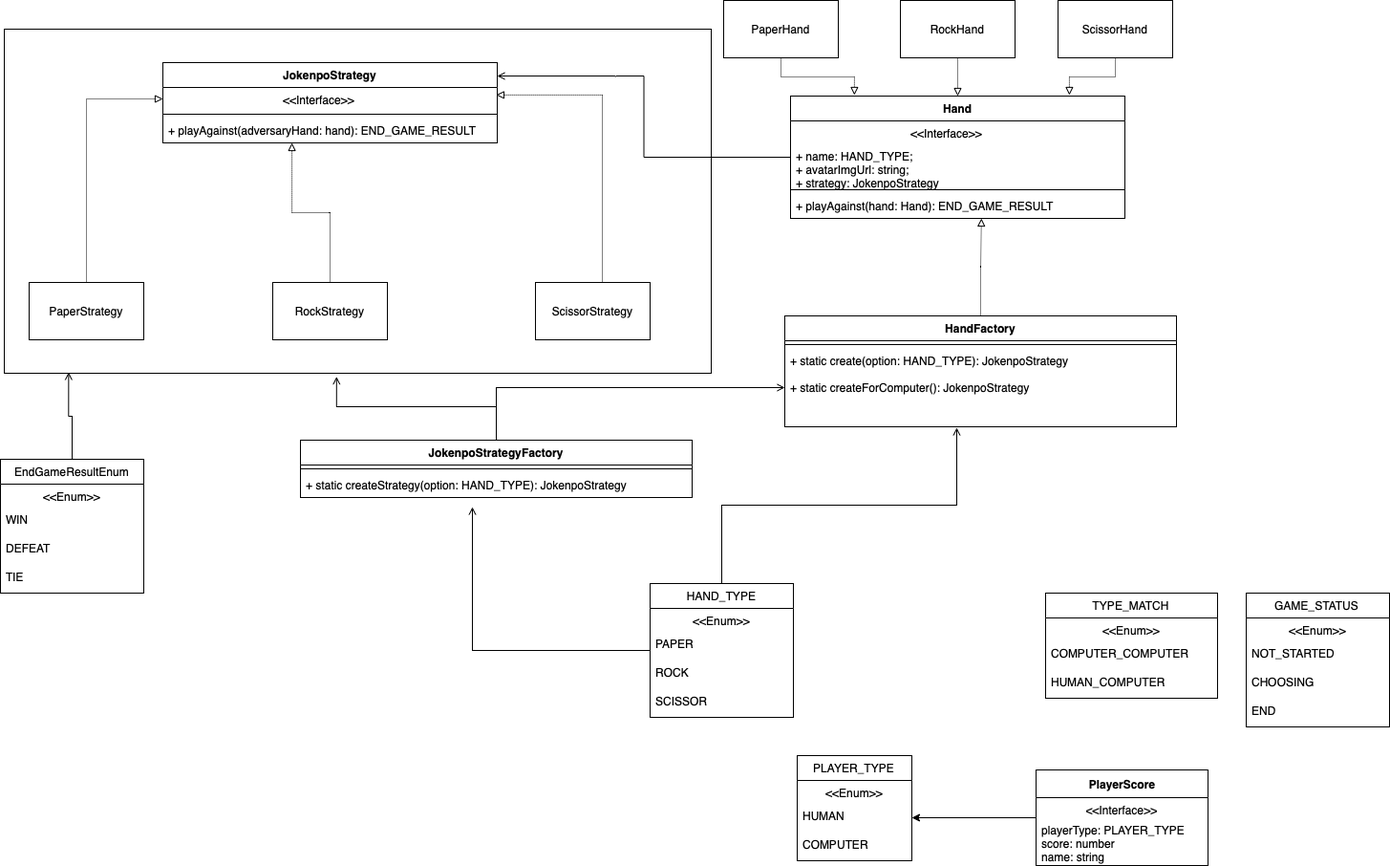
The draw.io diagram docs-image/diagram.png in adrianlemess/jokenpo-game-angular, before a commit. Source tidied: cells renumbered, new cells last; positions are measured from the earlier drawing's top-left corner, leaving out a move shared by most shapes. The source it was exported from:
```xml
<mxGraphModel>
  <root>
    <mxCell id="0" />
    <mxCell id="1" parent="0" />
    <mxCell id="2" style="rounded=0;whiteSpace=wrap;html=1;" parent="1" vertex="1">
      <mxGeometry x="4" y="30" width="740" height="360" as="geometry" />
    </mxCell>
    <mxCell id="3" style="edgeStyle=orthogonalEdgeStyle;rounded=0;jettySize=auto;html=1;entryX=0.091;entryY=0.997;entryDx=0;entryDy=0;entryPerimeter=0;endArrow=open;endFill=0;" parent="1" edge="1" source="4" target="2">
      <mxGeometry relative="1" as="geometry" />
    </mxCell>
    <mxCell id="4" value="EndGameResultEnum" style="swimlane;fontStyle=0;horizontal=1;startSize=26;fillColor=none;spacing=6;" parent="1" vertex="1">
      <mxGeometry y="480" width="150" height="140" as="geometry" />
    </mxCell>
    <mxCell id="5" value="&lt;&lt;Enum&gt;&gt;" style="text;strokeColor=none;fillColor=none;align=center;verticalAlign=top;spacingLeft=4;spacingRight=4;overflow=hidden;" parent="4" vertex="1">
      <mxGeometry y="26" width="150" height="24" as="geometry" />
    </mxCell>
    <mxCell id="6" value="WIN" style="text;strokeColor=none;fillColor=none;align=left;verticalAlign=top;spacingLeft=4;spacingRight=4;overflow=hidden;" parent="4" vertex="1">
      <mxGeometry y="50" width="150" height="30" as="geometry" />
    </mxCell>
    <mxCell id="7" value="DEFEAT" style="text;strokeColor=none;fillColor=none;align=left;verticalAlign=top;spacingLeft=4;spacingRight=4;overflow=hidden;" parent="4" vertex="1">
      <mxGeometry y="80" width="150" height="30" as="geometry" />
    </mxCell>
    <mxCell id="8" value="TIE" style="text;strokeColor=none;fillColor=none;align=left;verticalAlign=top;spacingLeft=4;spacingRight=4;overflow=hidden;" parent="4" vertex="1">
      <mxGeometry y="110" width="150" height="30" as="geometry" />
    </mxCell>
    <mxCell id="9" value="PLAYER_TYPE" style="swimlane;fontStyle=0;horizontal=1;startSize=26;fillColor=none;spacing=6;" parent="1" vertex="1">
      <mxGeometry x="834" y="790" width="120" height="110" as="geometry" />
    </mxCell>
    <mxCell id="10" value="&lt;&lt;Enum&gt;&gt;" style="text;strokeColor=none;fillColor=none;align=center;verticalAlign=top;spacingLeft=4;spacingRight=4;overflow=hidden;" parent="9" vertex="1">
      <mxGeometry y="26" width="120" height="24" as="geometry" />
    </mxCell>
    <mxCell id="11" value="HUMAN" style="text;strokeColor=none;fillColor=none;align=left;verticalAlign=top;spacingLeft=4;spacingRight=4;overflow=hidden;points=[[0,0.5],[1,0.5]];portConstraint=eastwest;" parent="9" vertex="1">
      <mxGeometry y="50" width="120" height="30" as="geometry" />
    </mxCell>
    <mxCell id="12" value="COMPUTER" style="text;strokeColor=none;fillColor=none;align=left;verticalAlign=top;spacingLeft=4;spacingRight=4;overflow=hidden;" parent="9" vertex="1">
      <mxGeometry y="80" width="120" height="30" as="geometry" />
    </mxCell>
    <mxCell id="13" style="edgeStyle=orthogonalEdgeStyle;rounded=0;jettySize=auto;html=1;entryX=1;entryY=0.5;entryDx=0;entryDy=0;" parent="1" edge="1" source="14" target="11">
      <mxGeometry relative="1" as="geometry" />
    </mxCell>
    <mxCell id="14" value="PlayerScore" style="swimlane;fontStyle=1;align=center;verticalAlign=middle;horizontal=1;startSize=29;html=1;" parent="1" vertex="1">
      <mxGeometry x="1084" y="805" width="180" height="100" as="geometry" />
    </mxCell>
    <mxCell id="15" value="&amp;lt;&amp;lt;Interface&amp;gt;&amp;gt;" style="text;html=1;strokeColor=none;fillColor=none;align=center;verticalAlign=middle;spacingLeft=4;spacingRight=4;overflow=hidden;" parent="14" vertex="1">
      <mxGeometry y="29" width="180" height="25" as="geometry" />
    </mxCell>
    <mxCell id="16" value="playerType: PLAYER_TYPE&lt;br&gt;score: number&lt;br&gt;name: string" style="text;html=1;strokeColor=none;fillColor=none;align=left;verticalAlign=middle;spacingLeft=4;spacingRight=4;overflow=hidden;" parent="14" vertex="1">
      <mxGeometry y="54" width="180" height="46" as="geometry" />
    </mxCell>
    <mxCell id="17" value="TYPE_MATCH" style="swimlane;fontStyle=0;horizontal=1;startSize=26;fillColor=none;spacing=6;" parent="1" vertex="1">
      <mxGeometry x="1094" y="620" width="180" height="110" as="geometry" />
    </mxCell>
    <mxCell id="18" value="&lt;&lt;Enum&gt;&gt;" style="text;strokeColor=none;fillColor=none;align=center;verticalAlign=top;spacingLeft=4;spacingRight=4;overflow=hidden;" parent="17" vertex="1">
      <mxGeometry y="26" width="180" height="24" as="geometry" />
    </mxCell>
    <mxCell id="19" value="COMPUTER_COMPUTER" style="text;strokeColor=none;fillColor=none;align=left;verticalAlign=top;spacingLeft=4;spacingRight=4;overflow=hidden;" parent="17" vertex="1">
      <mxGeometry y="50" width="180" height="30" as="geometry" />
    </mxCell>
    <mxCell id="20" value="HUMAN_COMPUTER" style="text;strokeColor=none;fillColor=none;align=left;verticalAlign=top;spacingLeft=4;spacingRight=4;overflow=hidden;" parent="17" vertex="1">
      <mxGeometry y="80" width="180" height="30" as="geometry" />
    </mxCell>
    <mxCell id="21" value="JokenpoStrategy" style="swimlane;fontStyle=1;align=center;verticalAlign=top;horizontal=1;startSize=26;" parent="1" vertex="1">
      <mxGeometry x="170" y="65" width="350" height="84" as="geometry" />
    </mxCell>
    <mxCell id="22" value="                                    &lt;&lt;Interface&gt;&gt;" style="text;strokeColor=none;fillColor=none;align=left;verticalAlign=top;spacingLeft=4;spacingRight=4;overflow=hidden;points=[[0,0.5],[1,0.5]];portConstraint=eastwest;" parent="21" vertex="1">
      <mxGeometry y="26" width="350" height="24" as="geometry" />
    </mxCell>
    <mxCell id="23" style="line;strokeWidth=1;fillColor=none;align=left;verticalAlign=middle;spacingTop=-1;spacingLeft=3;spacingRight=3;labelPosition=right;" parent="21" vertex="1">
      <mxGeometry y="50" width="350" height="8" as="geometry" />
    </mxCell>
    <mxCell id="24" value="+ playAgainst(adversaryHand: hand): END_GAME_RESULT" style="text;strokeColor=none;fillColor=none;align=left;verticalAlign=top;spacingLeft=4;spacingRight=4;overflow=hidden;points=[[0,0.5],[1,0.5]];portConstraint=eastwest;" parent="21" vertex="1">
      <mxGeometry y="58" width="350" height="26" as="geometry" />
    </mxCell>
    <mxCell id="25" style="edgeStyle=orthogonalEdgeStyle;rounded=0;jettySize=auto;html=1;entryX=0.997;entryY=0.328;entryDx=0;entryDy=0;entryPerimeter=0;dashed=1;dashPattern=1 1;endArrow=block;endFill=0;exitX=0.5;exitY=0;exitDx=0;exitDy=0;" parent="1" edge="1" source="63" target="22">
      <mxGeometry relative="1" as="geometry">
        <Array as="points">
          <mxPoint x="630" y="295" />
          <mxPoint x="630" y="99" />
        </Array>
      </mxGeometry>
    </mxCell>
    <mxCell id="26" style="edgeStyle=orthogonalEdgeStyle;rounded=0;jettySize=auto;html=1;entryX=0.386;entryY=1;entryDx=0;entryDy=0;entryPerimeter=0;dashed=1;dashPattern=1 1;endArrow=block;endFill=0;" parent="1" edge="1" target="24">
      <mxGeometry relative="1" as="geometry">
        <mxPoint x="345" y="295" as="sourcePoint" />
      </mxGeometry>
    </mxCell>
    <mxCell id="27" style="edgeStyle=orthogonalEdgeStyle;rounded=0;jettySize=auto;html=1;entryX=0;entryY=0.5;entryDx=0;entryDy=0;dashed=1;dashPattern=1 1;endArrow=block;endFill=0;" parent="1" edge="1" source="61" target="22">
      <mxGeometry relative="1" as="geometry" />
    </mxCell>
    <mxCell id="28" value="GAME_STATUS" style="swimlane;fontStyle=0;horizontal=1;startSize=26;fillColor=none;spacing=6;" parent="1" vertex="1">
      <mxGeometry x="1304" y="620" width="150" height="140" as="geometry" />
    </mxCell>
    <mxCell id="29" value="&lt;&lt;Enum&gt;&gt;" style="text;strokeColor=none;fillColor=none;align=center;verticalAlign=top;spacingLeft=4;spacingRight=4;overflow=hidden;" parent="28" vertex="1">
      <mxGeometry y="26" width="150" height="24" as="geometry" />
    </mxCell>
    <mxCell id="30" value="NOT_STARTED" style="text;strokeColor=none;fillColor=none;align=left;verticalAlign=top;spacingLeft=4;spacingRight=4;overflow=hidden;" parent="28" vertex="1">
      <mxGeometry y="50" width="150" height="30" as="geometry" />
    </mxCell>
    <mxCell id="31" value="CHOOSING" style="text;strokeColor=none;fillColor=none;align=left;verticalAlign=top;spacingLeft=4;spacingRight=4;overflow=hidden;" parent="28" vertex="1">
      <mxGeometry y="80" width="150" height="30" as="geometry" />
    </mxCell>
    <mxCell id="32" value="END" style="text;strokeColor=none;fillColor=none;align=left;verticalAlign=top;spacingLeft=4;spacingRight=4;overflow=hidden;" parent="28" vertex="1">
      <mxGeometry y="110" width="150" height="30" as="geometry" />
    </mxCell>
    <mxCell id="33" style="edgeStyle=orthogonalEdgeStyle;rounded=0;jettySize=auto;html=1;entryX=0.47;entryY=1.01;entryDx=0;entryDy=0;entryPerimeter=0;endArrow=open;endFill=0;" parent="1" edge="1" source="35" target="2">
      <mxGeometry relative="1" as="geometry" />
    </mxCell>
    <mxCell id="34" style="edgeStyle=orthogonalEdgeStyle;rounded=0;jettySize=auto;html=1;entryX=0;entryY=0.5;entryDx=0;entryDy=0;endArrow=open;endFill=0;" parent="1" edge="1" source="35" target="53">
      <mxGeometry relative="1" as="geometry" />
    </mxCell>
    <mxCell id="35" value="JokenpoStrategyFactory" style="swimlane;fontStyle=1;align=center;verticalAlign=top;horizontal=1;startSize=26;" parent="1" vertex="1">
      <mxGeometry x="314" y="460" width="410" height="60" as="geometry" />
    </mxCell>
    <mxCell id="36" style="line;strokeWidth=1;fillColor=none;align=left;verticalAlign=middle;spacingTop=-1;spacingLeft=3;spacingRight=3;labelPosition=right;" parent="35" vertex="1">
      <mxGeometry y="26" width="410" height="8" as="geometry" />
    </mxCell>
    <mxCell id="37" value="+ static createStrategy(option: HAND_TYPE): JokenpoStrategy" style="text;strokeColor=none;fillColor=none;align=left;verticalAlign=top;spacingLeft=4;spacingRight=4;overflow=hidden;" parent="35" vertex="1">
      <mxGeometry y="34" width="410" height="26" as="geometry" />
    </mxCell>
    <mxCell id="38" style="edgeStyle=orthogonalEdgeStyle;rounded=0;jettySize=auto;html=1;entryX=1;entryY=0.167;entryDx=0;entryDy=0;entryPerimeter=0;endArrow=open;endFill=0;" parent="1" edge="1" source="39" target="21">
      <mxGeometry relative="1" as="geometry" />
    </mxCell>
    <mxCell id="39" value="Hand" style="swimlane;fontStyle=1;align=center;verticalAlign=top;horizontal=1;startSize=26;" parent="1" vertex="1">
      <mxGeometry x="827" y="100" width="350" height="128" as="geometry" />
    </mxCell>
    <mxCell id="40" value="                                    &lt;&lt;Interface&gt;&gt;" style="text;strokeColor=none;fillColor=none;align=left;verticalAlign=top;spacingLeft=4;spacingRight=4;overflow=hidden;" parent="39" vertex="1">
      <mxGeometry y="26" width="350" height="24" as="geometry" />
    </mxCell>
    <mxCell id="41" value="+ name: HAND_TYPE;&#10;+ avatarImgUrl: string;&#10;+ strategy: JokenpoStrategy" style="text;strokeColor=none;fillColor=none;align=left;verticalAlign=top;spacingLeft=4;spacingRight=4;overflow=hidden;" parent="39" vertex="1">
      <mxGeometry y="50" width="350" height="44" as="geometry" />
    </mxCell>
    <mxCell id="42" style="line;strokeWidth=1;fillColor=none;align=left;verticalAlign=middle;spacingTop=-1;spacingLeft=3;spacingRight=3;labelPosition=right;" parent="39" vertex="1">
      <mxGeometry y="94" width="350" height="8" as="geometry" />
    </mxCell>
    <mxCell id="43" value="+ playAgainst(hand: Hand): END_GAME_RESULT" style="text;strokeColor=none;fillColor=none;align=left;verticalAlign=top;spacingLeft=4;spacingRight=4;overflow=hidden;points=[[0,0.5],[1,0.5]];portConstraint=eastwest;" parent="39" vertex="1">
      <mxGeometry y="102" width="350" height="26" as="geometry" />
    </mxCell>
    <mxCell id="44" style="edgeStyle=orthogonalEdgeStyle;rounded=0;jettySize=auto;html=1;entryX=0.191;entryY=-0.008;entryDx=0;entryDy=0;entryPerimeter=0;endArrow=block;endFill=0;dashed=1;dashPattern=1 1;" parent="1" edge="1" source="45" target="39">
      <mxGeometry relative="1" as="geometry" />
    </mxCell>
    <mxCell id="45" value="PaperHand" style="rounded=0;whiteSpace=wrap;html=1;" parent="1" vertex="1">
      <mxGeometry x="757" width="120" height="60" as="geometry" />
    </mxCell>
    <mxCell id="46" style="edgeStyle=orthogonalEdgeStyle;rounded=0;jettySize=auto;html=1;entryX=0.834;entryY=-0.008;entryDx=0;entryDy=0;entryPerimeter=0;dashed=1;dashPattern=1 1;endArrow=block;endFill=0;" parent="1" edge="1" source="47" target="39">
      <mxGeometry relative="1" as="geometry" />
    </mxCell>
    <mxCell id="47" value="ScissorHand" style="rounded=0;whiteSpace=wrap;html=1;" parent="1" vertex="1">
      <mxGeometry x="1107" width="120" height="60" as="geometry" />
    </mxCell>
    <mxCell id="48" style="edgeStyle=orthogonalEdgeStyle;rounded=0;jettySize=auto;html=1;entryX=0.5;entryY=0;entryDx=0;entryDy=0;dashed=1;dashPattern=1 1;endArrow=block;endFill=0;" parent="1" edge="1" source="49" target="39">
      <mxGeometry relative="1" as="geometry" />
    </mxCell>
    <mxCell id="49" value="RockHand" style="rounded=0;whiteSpace=wrap;html=1;" parent="1" vertex="1">
      <mxGeometry x="942" width="120" height="60" as="geometry" />
    </mxCell>
    <mxCell id="50" style="edgeStyle=orthogonalEdgeStyle;rounded=0;jettySize=auto;html=1;entryX=0.571;entryY=1;entryDx=0;entryDy=0;entryPerimeter=0;dashed=1;dashPattern=1 1;endArrow=block;endFill=0;" parent="1" edge="1" source="51" target="43">
      <mxGeometry relative="1" as="geometry" />
    </mxCell>
    <mxCell id="51" value="HandFactory" style="swimlane;fontStyle=1;align=center;verticalAlign=top;horizontal=1;startSize=26;" parent="1" vertex="1">
      <mxGeometry x="821" y="330" width="410" height="116" as="geometry" />
    </mxCell>
    <mxCell id="52" style="line;strokeWidth=1;fillColor=none;align=left;verticalAlign=middle;spacingTop=-1;spacingLeft=3;spacingRight=3;labelPosition=right;" parent="51" vertex="1">
      <mxGeometry y="26" width="410" height="8" as="geometry" />
    </mxCell>
    <mxCell id="53" value="+ static create(option: HAND_TYPE): JokenpoStrategy&#10;&#10;+ static createForComputer(): JokenpoStrategy" style="text;strokeColor=none;fillColor=none;align=left;verticalAlign=top;spacingLeft=4;spacingRight=4;overflow=hidden;points=[[0,0.5],[1,0.5]];portConstraint=eastwest;" parent="51" vertex="1">
      <mxGeometry y="34" width="410" height="82" as="geometry" />
    </mxCell>
    <mxCell id="54" style="edgeStyle=orthogonalEdgeStyle;rounded=0;jettySize=auto;html=1;endArrow=open;endFill=0;entryX=0.439;entryY=1.012;entryDx=0;entryDy=0;entryPerimeter=0;" parent="1" edge="1" source="56" target="53">
      <mxGeometry relative="1" as="geometry" />
    </mxCell>
    <mxCell id="55" style="edgeStyle=orthogonalEdgeStyle;rounded=0;jettySize=auto;html=1;endArrow=open;endFill=0;" parent="1" edge="1" source="56">
      <mxGeometry relative="1" as="geometry">
        <mxPoint x="494" y="530" as="targetPoint" />
      </mxGeometry>
    </mxCell>
    <mxCell id="56" value="HAND_TYPE" style="swimlane;fontStyle=0;horizontal=1;startSize=26;fillColor=none;spacing=6;" parent="1" vertex="1">
      <mxGeometry x="680" y="610" width="150" height="140" as="geometry" />
    </mxCell>
    <mxCell id="57" value="&lt;&lt;Enum&gt;&gt;" style="text;strokeColor=none;fillColor=none;align=center;verticalAlign=top;spacingLeft=4;spacingRight=4;overflow=hidden;" parent="56" vertex="1">
      <mxGeometry y="26" width="150" height="24" as="geometry" />
    </mxCell>
    <mxCell id="58" value="PAPER" style="text;strokeColor=none;fillColor=none;align=left;verticalAlign=top;spacingLeft=4;spacingRight=4;overflow=hidden;" parent="56" vertex="1">
      <mxGeometry y="50" width="150" height="30" as="geometry" />
    </mxCell>
    <mxCell id="59" value="ROCK" style="text;strokeColor=none;fillColor=none;align=left;verticalAlign=top;spacingLeft=4;spacingRight=4;overflow=hidden;" parent="56" vertex="1">
      <mxGeometry y="80" width="150" height="30" as="geometry" />
    </mxCell>
    <mxCell id="60" value="SCISSOR" style="text;strokeColor=none;fillColor=none;align=left;verticalAlign=top;spacingLeft=4;spacingRight=4;overflow=hidden;" parent="56" vertex="1">
      <mxGeometry y="110" width="150" height="30" as="geometry" />
    </mxCell>
    <mxCell id="61" value="PaperStrategy" style="rounded=0;whiteSpace=wrap;html=1;" parent="1" vertex="1">
      <mxGeometry x="30" y="295" width="120" height="60" as="geometry" />
    </mxCell>
    <mxCell id="62" value="RockStrategy" style="rounded=0;whiteSpace=wrap;html=1;" parent="1" vertex="1">
      <mxGeometry x="285" y="295" width="120" height="60" as="geometry" />
    </mxCell>
    <mxCell id="63" value="ScissorStrategy" style="rounded=0;whiteSpace=wrap;html=1;" parent="1" vertex="1">
      <mxGeometry x="560" y="295" width="120" height="60" as="geometry" />
    </mxCell>
  </root>
</mxGraphModel>
```
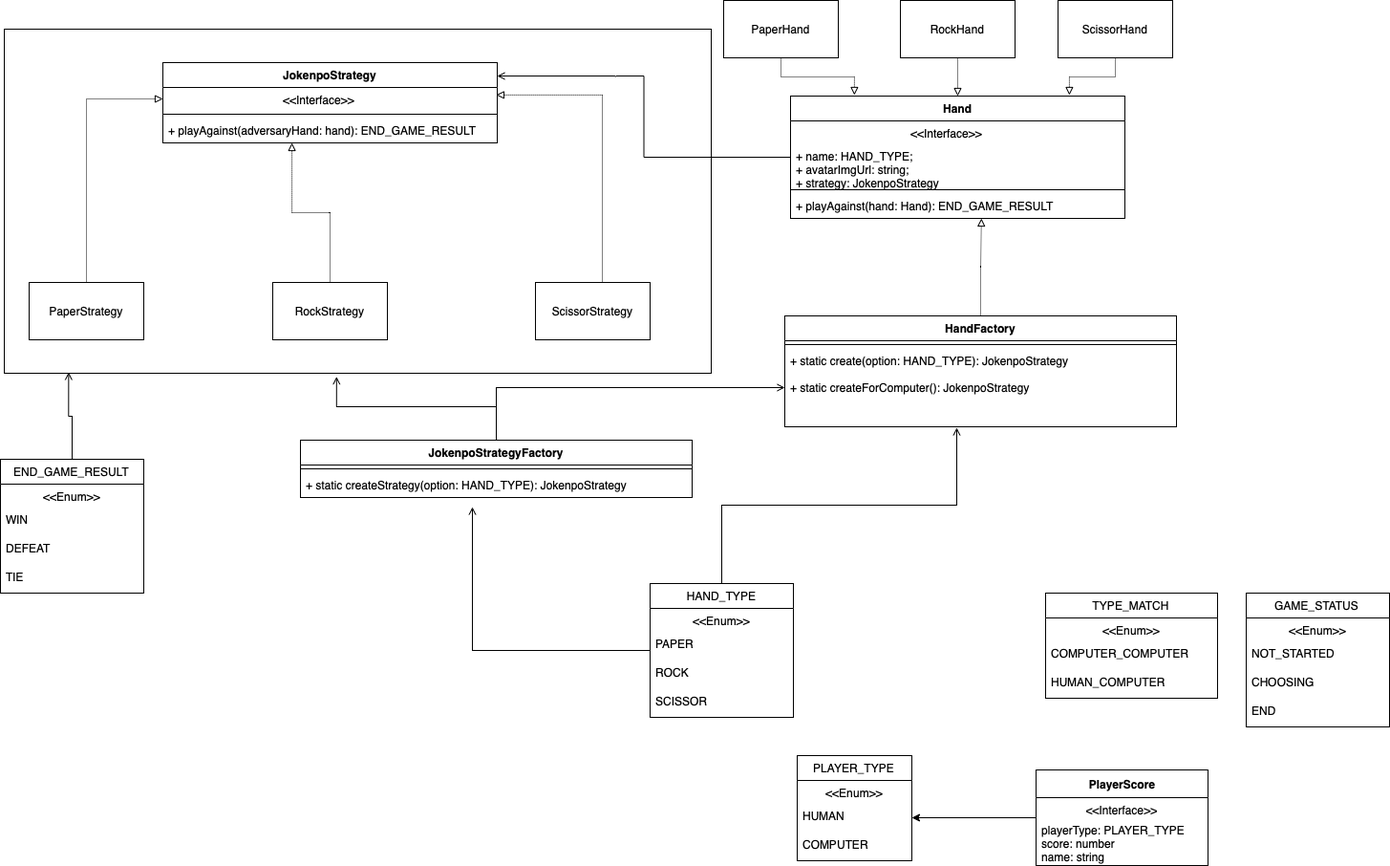
Later version of the same file.

The edit, as a diff of the source:
```diff
@@ -8,7 +8,7 @@
     <mxCell id="3" style="edgeStyle=orthogonalEdgeStyle;rounded=0;jettySize=auto;html=1;entryX=0.091;entryY=0.997;entryDx=0;entryDy=0;entryPerimeter=0;endArrow=open;endFill=0;" parent="1" edge="1" source="4" target="2">
       <mxGeometry relative="1" as="geometry" />
     </mxCell>
-    <mxCell id="4" value="EndGameResultEnum" style="swimlane;fontStyle=0;horizontal=1;startSize=26;fillColor=none;spacing=6;" parent="1" vertex="1">
+    <mxCell id="4" value="END_GAME_RESULT" style="swimlane;fontStyle=0;horizontal=1;startSize=26;fillColor=none;spacing=6;" parent="1" vertex="1">
       <mxGeometry y="480" width="150" height="140" as="geometry" />
     </mxCell>
     <mxCell id="5" value="&lt;&lt;Enum&gt;&gt;" style="text;strokeColor=none;fillColor=none;align=center;verticalAlign=top;spacingLeft=4;spacingRight=4;overflow=hidden;" parent="4" vertex="1">
```
